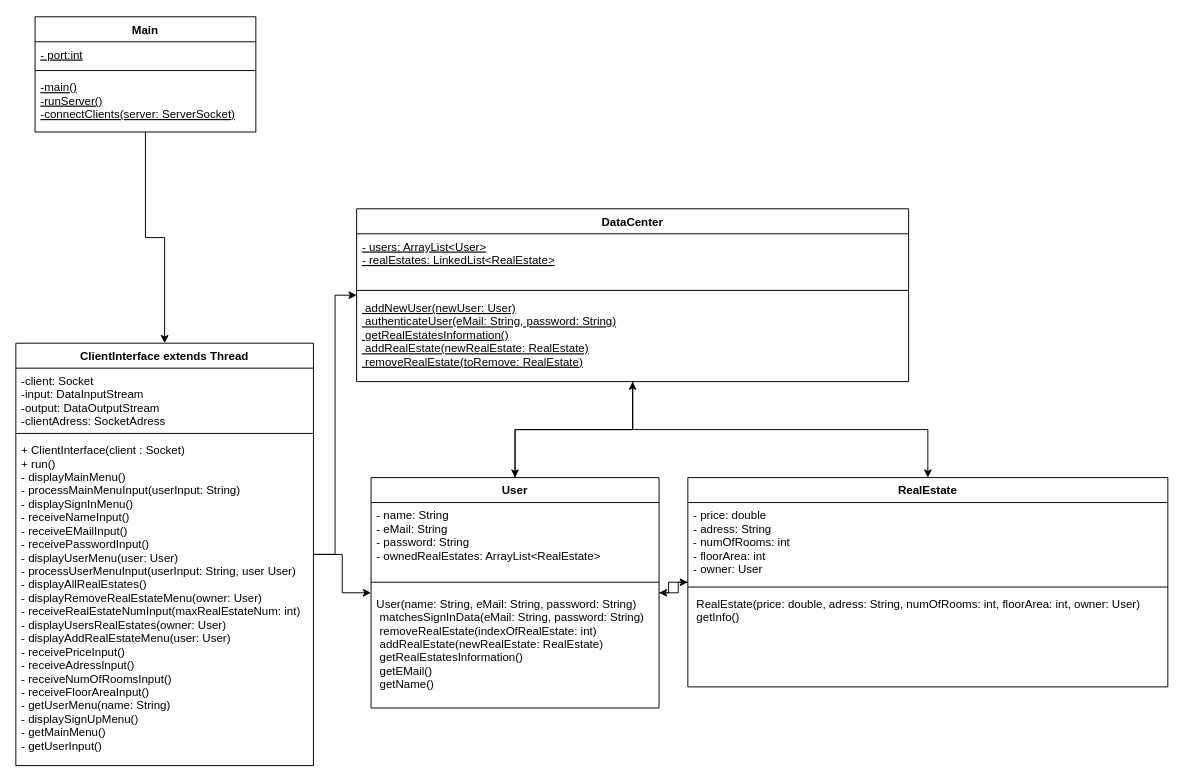
FabioKron/Online-Immobilienportal keeps this draw.io diagram as KlassendiagrammServer.drawio. Above is the earlier version. Source tidied: cells renumbered, new cells numbered last; positions are measured from the earlier drawing's top-left corner, leaving out a move shared by most shapes. Both pictures are drawn from the tidied source at 96%, with x=0, y=0 at pixel (15, 16).
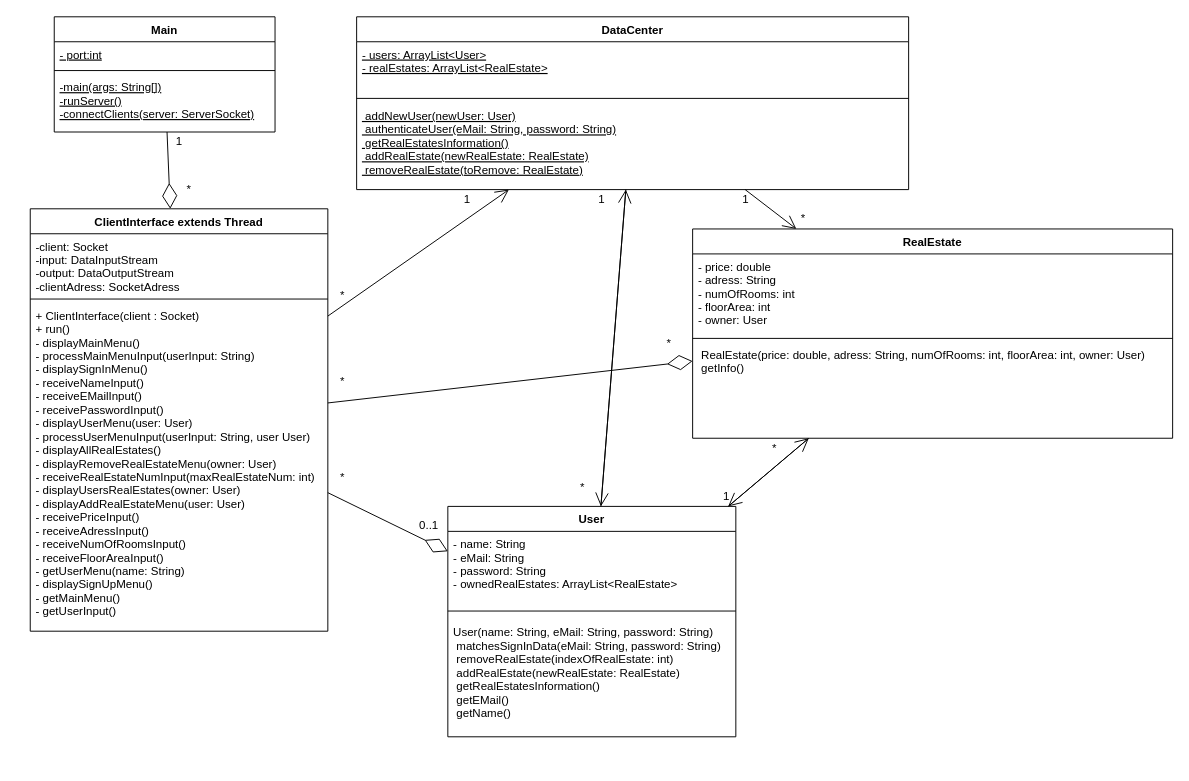
After the change.

Diff of the diagram source:
```diff
@@
-    <mxCell id="2" style="edgeStyle=orthogonalEdgeStyle;rounded=0;jettySize=auto;html=1;" parent="1" edge="1" source="3" target="9">
-      <mxGeometry relative="1" as="geometry" />
-    </mxCell>
     <mxCell id="3" value="Main" style="swimlane;fontStyle=1;align=center;verticalAlign=top;horizontal=1;startSize=26;" parent="1" vertex="1">
-      <mxGeometry x="20" width="230" height="120" as="geometry" />
+      <mxGeometry x="40" width="230" height="120" as="geometry" />
     </mxCell>
@@
-    <mxCell id="6" value="-main()&#10;-runServer()&#10;-connectClients(server: ServerSocket)&#10;" style="text;strokeColor=none;fillColor=none;align=left;verticalAlign=top;spacingLeft=4;spacingRight=4;overflow=hidden;fontStyle=4;" parent="3" vertex="1">
+    <mxCell id="6" value="-main(args: String[])&#10;-runServer()&#10;-connectClients(server: ServerSocket)&#10;" style="text;strokeColor=none;fillColor=none;align=left;verticalAlign=top;spacingLeft=4;spacingRight=4;overflow=hidden;fontStyle=4;" parent="3" vertex="1">
       <mxGeometry y="60" width="230" height="60" as="geometry" />
     </mxCell>
-    <mxCell id="7" style="edgeStyle=orthogonalEdgeStyle;rounded=0;jettySize=auto;html=1;verticalAlign=top;" parent="1" edge="1" source="9" target="21">
-      <mxGeometry relative="1" as="geometry" />
-    </mxCell>
-    <mxCell id="8" style="edgeStyle=orthogonalEdgeStyle;rounded=0;jettySize=auto;html=1;" parent="1" edge="1" source="9" target="15">
-      <mxGeometry relative="1" as="geometry" />
-    </mxCell>
     <mxCell id="9" value="ClientInterface extends Thread" style="swimlane;fontStyle=1;align=center;verticalAlign=top;horizontal=1;startSize=26;" parent="1" vertex="1">
-      <mxGeometry y="340" width="310" height="440" as="geometry" />
+      <mxGeometry x="15" y="200" width="310" height="440" as="geometry" />
     </mxCell>
@@
-    <mxCell id="13" style="edgeStyle=orthogonalEdgeStyle;rounded=0;jettySize=auto;html=1;" parent="1" edge="1" source="15" target="26">
-      <mxGeometry relative="1" as="geometry" />
-    </mxCell>
-    <mxCell id="14" style="edgeStyle=orthogonalEdgeStyle;rounded=0;jettySize=auto;html=1;" parent="1" edge="1" source="15" target="21">
-      <mxGeometry relative="1" as="geometry" />
-    </mxCell>
     <mxCell id="15" value="User" style="swimlane;fontStyle=1;align=center;verticalAlign=top;horizontal=1;startSize=26;" parent="1" vertex="1">
-      <mxGeometry x="370" y="480" width="300" height="240" as="geometry" />
+      <mxGeometry x="450" y="510" width="300" height="240" as="geometry" />
     </mxCell>
@@
-    <mxCell id="19" style="edgeStyle=orthogonalEdgeStyle;rounded=0;jettySize=auto;html=1;" parent="1" edge="1" source="21" target="15">
-      <mxGeometry relative="1" as="geometry" />
-    </mxCell>
-    <mxCell id="20" style="edgeStyle=orthogonalEdgeStyle;rounded=0;jettySize=auto;html=1;" parent="1" edge="1" source="21" target="26">
-      <mxGeometry relative="1" as="geometry" />
-    </mxCell>
     <mxCell id="21" value="DataCenter" style="swimlane;fontStyle=1;align=center;verticalAlign=top;horizontal=1;startSize=26;" parent="1" vertex="1">
-      <mxGeometry x="355" y="200" width="575" height="180" as="geometry" />
+      <mxGeometry x="355" width="575" height="180" as="geometry" />
     </mxCell>
-    <mxCell id="22" value="- users: ArrayList&lt;User&gt;&#10;- realEstates: LinkedList&lt;RealEstate&gt;" style="text;strokeColor=none;fillColor=none;align=left;verticalAlign=top;spacingLeft=4;spacingRight=4;overflow=hidden;fontStyle=4;" parent="21" vertex="1">
+    <mxCell id="22" value="- users: ArrayList&lt;User&gt;&#10;- realEstates: ArrayList&lt;RealEstate&gt;" style="text;strokeColor=none;fillColor=none;align=left;verticalAlign=top;spacingLeft=4;spacingRight=4;overflow=hidden;fontStyle=4;" parent="21" vertex="1">
       <mxGeometry y="26" width="575" height="54" as="geometry" />
     </mxCell>
@@
-    <mxCell id="25" style="edgeStyle=orthogonalEdgeStyle;rounded=0;jettySize=auto;html=1;" parent="1" edge="1" source="26" target="15">
-      <mxGeometry relative="1" as="geometry" />
-    </mxCell>
     <mxCell id="26" value="RealEstate" style="swimlane;fontStyle=1;align=center;verticalAlign=top;horizontal=1;startSize=26;" parent="1" vertex="1">
-      <mxGeometry x="700" y="480" width="500" height="218" as="geometry" />
+      <mxGeometry x="705" y="221" width="500" height="218" as="geometry" />
     </mxCell>
@@
+    <mxCell id="2" style="endArrow=diamondThin;endFill=0;endSize=24;html=1;" parent="1" edge="1" source="3" target="9">
+      <mxGeometry relative="1" as="geometry" />
+    </mxCell>
+    <mxCell id="8" style="endArrow=diamondThin;endFill=0;endSize=24;html=1;" parent="1" edge="1" source="9" target="15">
+      <mxGeometry relative="1" as="geometry" />
+    </mxCell>
+    <mxCell id="30" style="endArrow=diamondThin;endFill=0;endSize=24;html=1;" parent="1" edge="1" source="9" target="26">
+      <mxGeometry relative="1" as="geometry" />
+    </mxCell>
+    <mxCell id="31" value="1" style="text;html=1;align=center;verticalAlign=middle;" parent="1" vertex="1">
+      <mxGeometry x="160" y="120" width="20" height="20" as="geometry" />
+    </mxCell>
+    <mxCell id="20" style="endArrow=open;endFill=1;endSize=12;html=1;" parent="1" edge="1" source="21" target="26">
+      <mxGeometry relative="1" as="geometry" />
+    </mxCell>
+    <mxCell id="19" style="endArrow=open;endFill=1;endSize=12;html=1;" parent="1" edge="1" source="21" target="15">
+      <mxGeometry relative="1" as="geometry" />
+    </mxCell>
+    <mxCell id="14" style="endArrow=open;endFill=1;endSize=12;html=1;" parent="1" edge="1" source="15" target="21">
+      <mxGeometry relative="1" as="geometry" />
+    </mxCell>
+    <mxCell id="13" style="endArrow=open;endFill=1;endSize=12;html=1;" parent="1" edge="1" source="15" target="26">
+      <mxGeometry relative="1" as="geometry" />
+    </mxCell>
+    <mxCell id="25" style="endArrow=open;endFill=1;endSize=12;html=1;" parent="1" edge="1" source="26" target="15">
+      <mxGeometry relative="1" as="geometry" />
+    </mxCell>
+    <mxCell id="7" style="endArrow=open;endFill=1;endSize=12;html=1;" parent="1" edge="1" source="9" target="21">
+      <mxGeometry relative="1" as="geometry" />
+    </mxCell>
+    <mxCell id="32" value="*" style="text;html=1;align=center;verticalAlign=middle;" parent="1" vertex="1">
+      <mxGeometry x="170" y="170" width="20" height="20" as="geometry" />
+    </mxCell>
+    <mxCell id="33" value="*" style="text;html=1;align=center;verticalAlign=middle;" parent="1" vertex="1">
+      <mxGeometry x="330" y="470" width="20" height="20" as="geometry" />
+    </mxCell>
+    <mxCell id="34" value="0..1" style="text;html=1;align=center;verticalAlign=middle;" parent="1" vertex="1">
+      <mxGeometry x="410" y="520" width="40" height="20" as="geometry" />
+    </mxCell>
+    <mxCell id="35" value="1" style="text;html=1;align=center;verticalAlign=middle;" parent="1" vertex="1">
+      <mxGeometry x="460" y="180" width="20" height="20" as="geometry" />
+    </mxCell>
+    <mxCell id="36" value="1" style="text;html=1;align=center;verticalAlign=middle;" parent="1" vertex="1">
+      <mxGeometry x="600" y="180" width="20" height="20" as="geometry" />
+    </mxCell>
+    <mxCell id="37" value="1" style="text;html=1;align=center;verticalAlign=middle;" parent="1" vertex="1">
+      <mxGeometry x="750" y="180" width="20" height="20" as="geometry" />
+    </mxCell>
+    <mxCell id="38" value="*" style="text;html=1;align=center;verticalAlign=middle;" parent="1" vertex="1">
+      <mxGeometry x="330" y="280" width="20" height="20" as="geometry" />
+    </mxCell>
+    <mxCell id="39" value="*" style="text;html=1;align=center;verticalAlign=middle;" parent="1" vertex="1">
+      <mxGeometry x="580" y="480" width="20" height="20" as="geometry" />
+    </mxCell>
+    <mxCell id="40" value="1" style="text;html=1;align=center;verticalAlign=middle;" parent="1" vertex="1">
+      <mxGeometry x="730" y="490" width="20" height="20" as="geometry" />
+    </mxCell>
+    <mxCell id="41" value="*" style="text;html=1;align=center;verticalAlign=middle;" parent="1" vertex="1">
+      <mxGeometry x="780" y="440" width="20" height="20" as="geometry" />
+    </mxCell>
+    <mxCell id="42" value="*" style="text;html=1;align=center;verticalAlign=middle;" parent="1" vertex="1">
+      <mxGeometry x="810" y="200" width="20" height="20" as="geometry" />
+    </mxCell>
+    <mxCell id="43" value="*" style="text;html=1;align=center;verticalAlign=middle;" parent="1" vertex="1">
+      <mxGeometry x="670" y="330" width="20" height="20" as="geometry" />
+    </mxCell>
+    <mxCell id="44" value="*" style="text;html=1;align=center;verticalAlign=middle;" parent="1" vertex="1">
+      <mxGeometry x="330" y="370" width="20" height="20" as="geometry" />
+    </mxCell>
```
